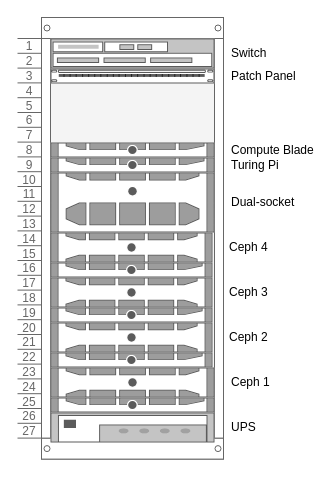
JPLamb193/Homelab keeps this draw.io diagram as page "Rack" (1 of 8) of Homelab Diagram.drawio. Above is the earlier version. Source tidied: cells renumbered, new cells numbered last; positions are measured from the earlier drawing's top-left corner, leaving out a move shared by most shapes. Both pictures are drawn from the tidied source at 100%, with x=0, y=0 at pixel (17, 17).
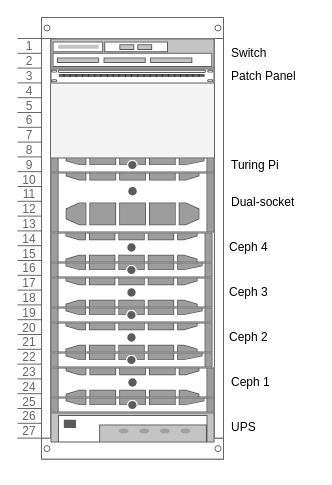
Above is the later version.

Commit message (it also covers changes not shown here):
Removed compute blade

Unchanged cells that the change refers to:
```xml
<mxCell id="2" style="strokeColor=#666666;html=1;verticalLabelPosition=bottom;labelBackgroundColor=#ffffff;verticalAlign=top;shadow=0;dashed=0;shape=mxgraph.rackGeneral.rackCabinet2;fillColor2=#f4f4f4;allowGaps=1;textColor=#666666;numDisp=ascend;unitNum=27;" parent="1" vertex="1">
  <mxGeometry width="206" height="450" as="geometry" />
</mxCell>
```

Diff of the diagram source:
```diff
@@
-    <mxCell id="5" value="Compute Blade" style="strokeColor=#666666;html=1;labelPosition=right;align=left;spacingLeft=15;shadow=0;dashed=0;shape=mxgraph.rack.dell.dell_poweredge_1u;" parent="2" vertex="1">
-      <mxGeometry x="33" y="125" width="164" height="15" as="geometry" />
-    </mxCell>
```
